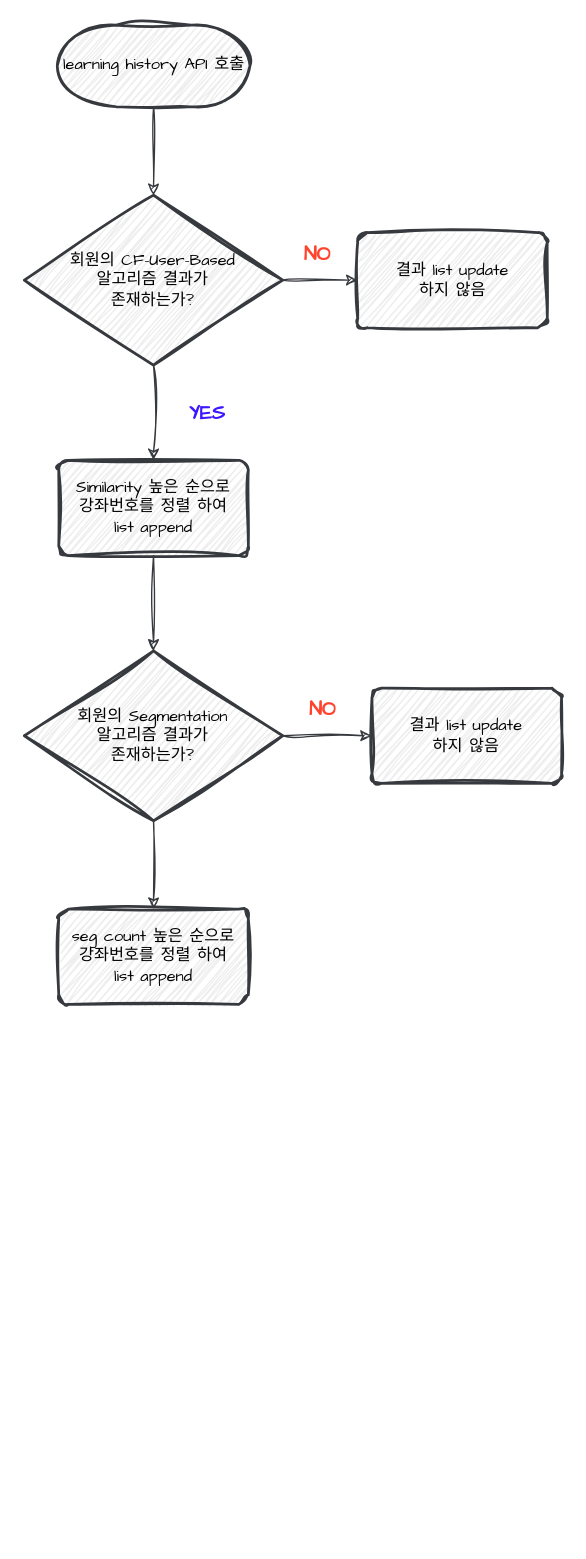
Earlier version of the draw.io diagram learning_history.drawio (k1mtaeye07/nile). Source tidied: cells renumbered, new cells numbered last; positions are measured from the earlier drawing's top-left corner, leaving out a move shared by most shapes. Both pictures are drawn from the tidied source at 136%, with x=0, y=0 at pixel (23, 24).
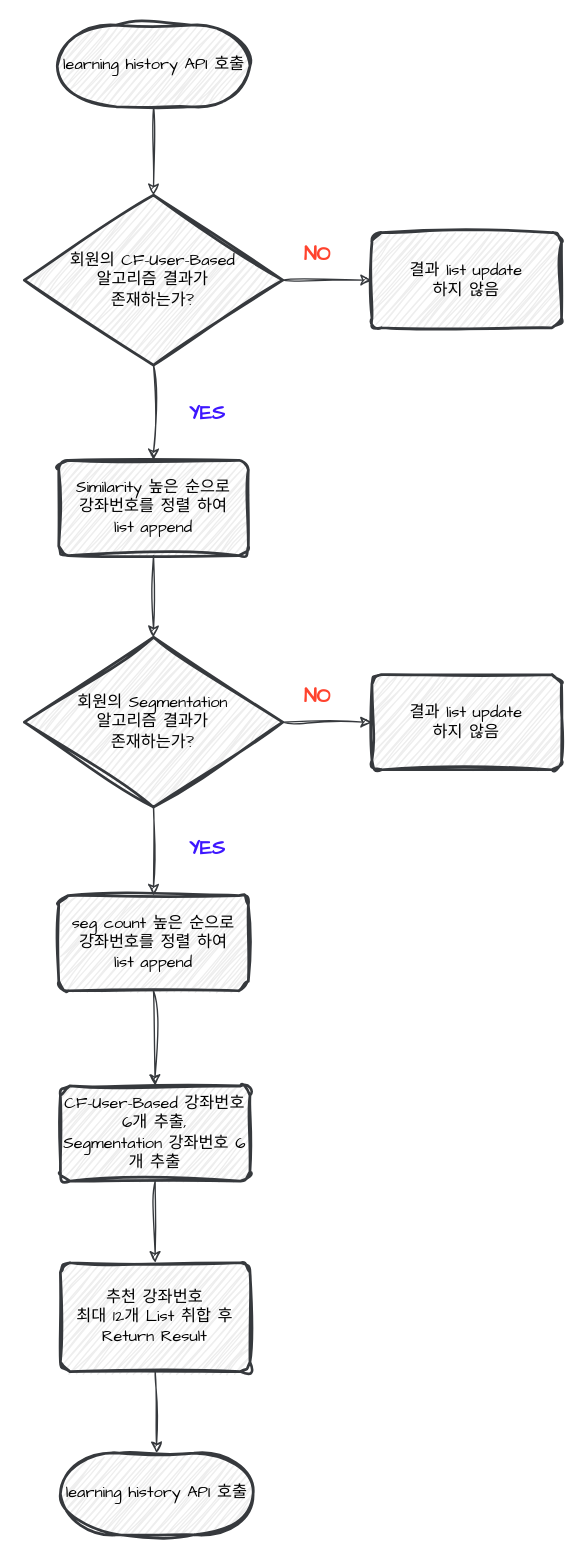
Above is the later version.

Change to the diagram source:
```diff
@@
     <mxCell id="7" value="&lt;div&gt;결과 list update&lt;/div&gt;&lt;div&gt;하지 않음&lt;/div&gt;" style="rounded=1;whiteSpace=wrap;html=1;absoluteArcSize=1;arcSize=14;strokeWidth=2;sketch=1;hachureGap=4;jiggle=2;curveFitting=1;fontFamily=Architects Daughter;fillColor=#eeeeee;strokeColor=#36393d;" parent="1" vertex="1">
-      <mxGeometry x="245.5" y="152.5" width="139.4" height="70" as="geometry" />
+      <mxGeometry x="256" y="152.5" width="139.4" height="70" as="geometry" />
     </mxCell>
@@
     <mxCell id="12" value="회원의 Segmentation&lt;div&gt;알고리즘 결과가&lt;/div&gt;&lt;div&gt;존재하는가?&lt;/div&gt;" style="strokeWidth=2;html=1;shape=mxgraph.flowchart.decision;whiteSpace=wrap;sketch=1;hachureGap=4;jiggle=2;curveFitting=1;fontFamily=Architects Daughter;fillColor=#eeeeee;strokeColor=#36393d;" parent="1" vertex="1">
-      <mxGeometry x="0.4" y="460" width="190" height="125" as="geometry" />
+      <mxGeometry x="0.4" y="450" width="190" height="125" as="geometry" />
     </mxCell>
     <mxCell id="13" value="&lt;div&gt;seg count&amp;nbsp;&lt;span style=&quot;background-color: initial;&quot;&gt;높은 순으로&lt;/span&gt;&lt;/div&gt;&lt;div&gt;&lt;span style=&quot;background-color: initial;&quot;&gt;강좌번호를&amp;nbsp;&lt;/span&gt;&lt;span style=&quot;background-color: initial;&quot;&gt;정렬 하여&lt;/span&gt;&lt;/div&gt;&lt;div&gt;list append&lt;/div&gt;" style="rounded=1;whiteSpace=wrap;html=1;absoluteArcSize=1;arcSize=14;strokeWidth=2;sketch=1;hachureGap=4;jiggle=2;curveFitting=1;fontFamily=Architects Daughter;fillColor=#eeeeee;strokeColor=#36393d;" parent="1" vertex="1">
-      <mxGeometry x="25.7" y="650" width="139.4" height="70" as="geometry" />
+      <mxGeometry x="25.7" y="640" width="139.4" height="70" as="geometry" />
     </mxCell>
@@
     <mxCell id="16" value="NO" style="text;html=1;align=center;verticalAlign=middle;whiteSpace=wrap;rounded=0;fontFamily=Architects Daughter;fontSize=15;fillColor=none;fontStyle=1;fontColor=#FF432E;" parent="1" vertex="1">
-      <mxGeometry x="190.4" y="487.5" width="60" height="30" as="geometry" />
+      <mxGeometry x="185.5" y="477.5" width="60" height="30" as="geometry" />
     </mxCell>
     <mxCell id="17" value="&lt;div&gt;결과 list update&lt;/div&gt;&lt;div&gt;하지 않음&lt;/div&gt;" style="rounded=1;whiteSpace=wrap;html=1;absoluteArcSize=1;arcSize=14;strokeWidth=2;sketch=1;hachureGap=4;jiggle=2;curveFitting=1;fontFamily=Architects Daughter;fillColor=#eeeeee;strokeColor=#36393d;" parent="1" vertex="1">
-      <mxGeometry x="256" y="487.5" width="139.4" height="70" as="geometry" />
+      <mxGeometry x="256" y="477.5" width="139.4" height="70" as="geometry" />
     </mxCell>
+    <mxCell id="18" value="YES" style="text;html=1;align=center;verticalAlign=middle;whiteSpace=wrap;rounded=0;fontFamily=Architects Daughter;fontSize=15;fillColor=none;fontStyle=1;fontColor=#3E17FF;" parent="1" vertex="1">
+      <mxGeometry x="105.1" y="590" width="60" height="30" as="geometry" />
+    </mxCell>
+    <mxCell id="19" value="CF-User-Based 강좌번호 6개 추출,&lt;div&gt;Segmentation 강좌번호 6개 추출&lt;br&gt;&lt;/div&gt;" style="rounded=1;whiteSpace=wrap;html=1;absoluteArcSize=1;arcSize=14;strokeWidth=2;sketch=1;hachureGap=4;jiggle=2;curveFitting=1;fontFamily=Architects Daughter;fillColor=#eeeeee;strokeColor=#36393d;" parent="1" vertex="1">
+      <mxGeometry x="26.9" y="780" width="139.4" height="70" as="geometry" />
+    </mxCell>
+    <mxCell id="20" style="endArrow=classic;html=1;rounded=0;sketch=1;hachureGap=4;jiggle=2;curveFitting=1;fontFamily=Architects Daughter;exitX=0.5;exitY=1;exitDx=0;exitDy=0;fillColor=#eeeeee;strokeColor=#36393d;entryX=0.5;entryY=0;entryDx=0;entryDy=0;" parent="1" edge="1" source="13" target="19">
+      <mxGeometry relative="1" as="geometry" />
+    </mxCell>
+    <mxCell id="21" value="추천 강좌번호&lt;div&gt;최대 12개&amp;nbsp;&lt;span style=&quot;background-color: initial;&quot;&gt;List 취합 후 Return Result&lt;/span&gt;&lt;/div&gt;" style="rounded=1;whiteSpace=wrap;html=1;absoluteArcSize=1;arcSize=14;strokeWidth=2;sketch=1;hachureGap=4;jiggle=2;curveFitting=1;fontFamily=Architects Daughter;fillColor=#eeeeee;strokeColor=#36393d;" parent="1" vertex="1">
+      <mxGeometry x="26.9" y="910" width="139.4" height="80" as="geometry" />
+    </mxCell>
+    <mxCell id="22" style="endArrow=classic;html=1;rounded=0;sketch=1;hachureGap=4;jiggle=2;curveFitting=1;fontFamily=Architects Daughter;exitX=0.5;exitY=1;exitDx=0;exitDy=0;entryX=0.5;entryY=0;entryDx=0;entryDy=0;fillColor=#eeeeee;strokeColor=#36393d;entryPerimeter=0;" parent="1" edge="1" source="21" target="24">
+      <mxGeometry relative="1" as="geometry" />
+    </mxCell>
+    <mxCell id="23" style="endArrow=classic;html=1;rounded=0;sketch=1;hachureGap=4;jiggle=2;curveFitting=1;fontFamily=Architects Daughter;exitX=0.5;exitY=1;exitDx=0;exitDy=0;fillColor=#eeeeee;strokeColor=#36393d;" parent="1" edge="1" source="19" target="21">
+      <mxGeometry relative="1" as="geometry" />
+    </mxCell>
+    <mxCell id="24" value="learning history API 호출" style="strokeWidth=2;html=1;shape=mxgraph.flowchart.terminator;whiteSpace=wrap;sketch=1;hachureGap=4;jiggle=2;curveFitting=1;fontFamily=Architects Daughter;labelBackgroundColor=none;fontStyle=0;fillColor=#eeeeee;strokeColor=#36393d;" parent="1" vertex="1">
+      <mxGeometry x="26.9" y="1050" width="141.7" height="60" as="geometry" />
+    </mxCell>
```
